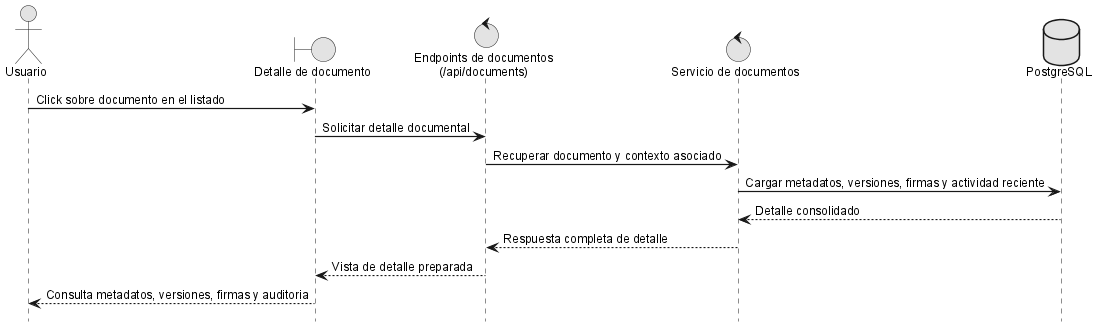
This is anexos/diagramas/seq-doc-detail.png from ErDeivih/DocumentChain, a PlantUML export, as it was before one commit.
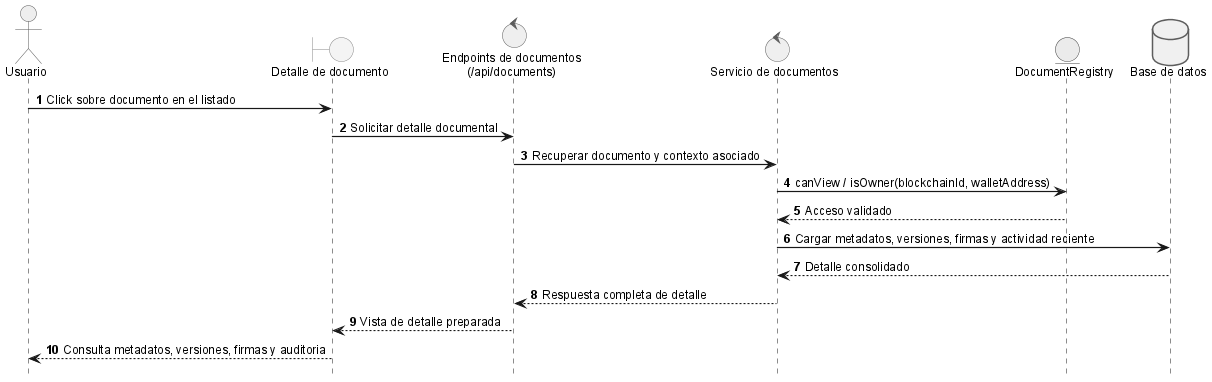
After the commit.

What changed in the source:
```diff
@@ -4,11 +4,14 @@
 boundary "Detalle de documento" as ui
 control "Endpoints de documentos\n(/api/documents)" as docApi
 control "Servicio de documentos" as srv
-database "PostgreSQL" as db
+entity "DocumentRegistry" as sc
+database "Base de datos" as db
 
 user -> ui: Click sobre documento en el listado
 ui -> docApi: Solicitar detalle documental
 docApi -> srv: Recuperar documento y contexto asociado
+srv -> sc: canView / isOwner(blockchainId, walletAddress)
+sc --> srv: Acceso validado
 srv -> db: Cargar metadatos, versiones, firmas y actividad reciente
 db --> srv: Detalle consolidado
 srv --> docApi: Respuesta completa de detalle
```
